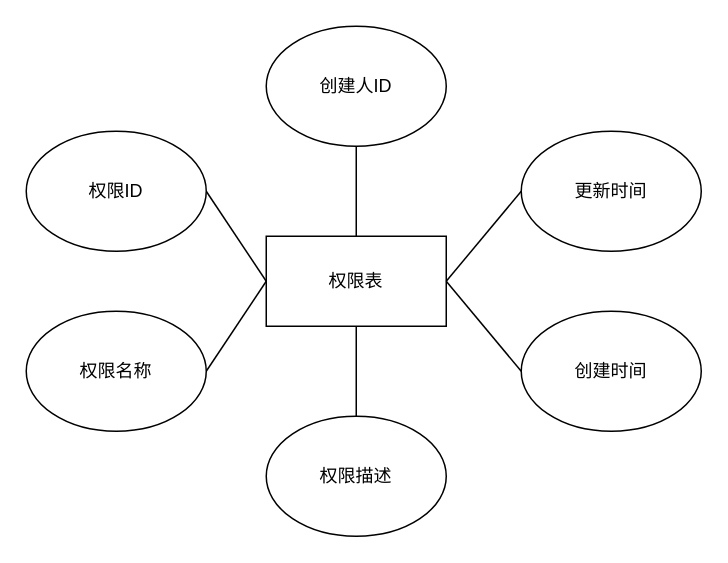
This is draw.io/er图/权限实体属性图.drawio from JokerPoor/--------, a draw.io file, before an edit. Source tidied: cells renumbered, new cells numbered last; positions are measured from the earlier drawing's top-left corner, leaving out a move shared by most shapes. Both pictures are drawn from the tidied source at 150%, with x=0, y=0 at pixel (26, 26).
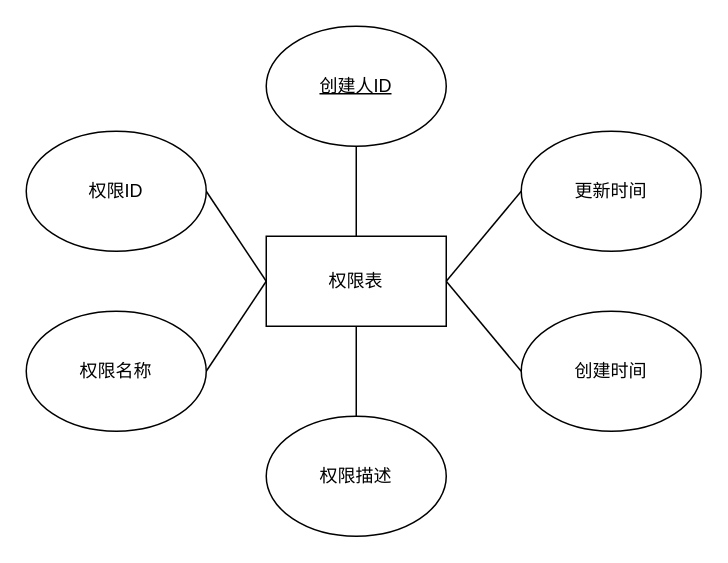
After the change.

Commit message:
更新权限实体属性图.drawio

Change to the diagram source:
```diff
@@
 <mxGraphModel>
   <root>
     <mxCell id="0" />
     <mxCell id="1" parent="0" />
     <mxCell id="2" value="权限表" style="rounded=0;whiteSpace=wrap;html=1;" parent="1" vertex="1">
       <mxGeometry x="160" y="140" width="120" height="60" as="geometry" />
     </mxCell>
     <mxCell id="3" style="edgeStyle=none;shape=connector;rounded=0;jettySize=auto;html=1;exitX=1;exitY=0.5;exitDx=0;exitDy=0;entryX=0;entryY=0.5;entryDx=0;entryDy=0;strokeColor=default;align=center;verticalAlign=middle;fontFamily=Helvetica;fontSize=11;fontColor=default;labelBackgroundColor=default;endArrow=none;endFill=0;" parent="1" edge="1" source="4" target="2">
       <mxGeometry relative="1" as="geometry" />
     </mxCell>
     <mxCell id="4" value="权限ID" style="ellipse;whiteSpace=wrap;html=1;" parent="1" vertex="1">
       <mxGeometry y="70" width="120" height="80" as="geometry" />
     </mxCell>
     <mxCell id="5" style="edgeStyle=none;shape=connector;rounded=0;jettySize=auto;html=1;exitX=1;exitY=0.5;exitDx=0;exitDy=0;strokeColor=default;align=center;verticalAlign=middle;fontFamily=Helvetica;fontSize=11;fontColor=default;labelBackgroundColor=default;endArrow=none;endFill=0;" parent="1" edge="1" source="6">
       <mxGeometry relative="1" as="geometry">
         <mxPoint x="160" y="170" as="targetPoint" />
       </mxGeometry>
     </mxCell>
     <mxCell id="6" value="权限名称" style="ellipse;whiteSpace=wrap;html=1;" parent="1" vertex="1">
       <mxGeometry y="190" width="120" height="80" as="geometry" />
     </mxCell>
     <mxCell id="7" style="rounded=0;jettySize=auto;html=1;exitX=0.5;exitY=0;exitDx=0;exitDy=0;entryX=0.5;entryY=1;entryDx=0;entryDy=0;endArrow=none;endFill=0;" parent="1" edge="1" source="8" target="2">
       <mxGeometry relative="1" as="geometry" />
     </mxCell>
     <mxCell id="8" value="权限描述" style="ellipse;whiteSpace=wrap;html=1;" parent="1" vertex="1">
       <mxGeometry x="160" y="260" width="120" height="80" as="geometry" />
     </mxCell>
     <mxCell id="9" style="edgeStyle=none;shape=connector;rounded=0;jettySize=auto;html=1;exitX=0;exitY=0.5;exitDx=0;exitDy=0;entryX=1;entryY=0.5;entryDx=0;entryDy=0;strokeColor=default;align=center;verticalAlign=middle;fontFamily=Helvetica;fontSize=11;fontColor=default;labelBackgroundColor=default;endArrow=none;endFill=0;" parent="1" edge="1" source="10" target="2">
       <mxGeometry relative="1" as="geometry" />
     </mxCell>
     <mxCell id="10" value="创建时间" style="ellipse;whiteSpace=wrap;html=1;" parent="1" vertex="1">
       <mxGeometry x="330" y="190" width="120" height="80" as="geometry" />
     </mxCell>
     <mxCell id="11" style="edgeStyle=none;shape=connector;rounded=0;jettySize=auto;html=1;exitX=0;exitY=0.5;exitDx=0;exitDy=0;strokeColor=default;align=center;verticalAlign=middle;fontFamily=Helvetica;fontSize=11;fontColor=default;labelBackgroundColor=default;endArrow=none;endFill=0;" parent="1" edge="1" source="12">
       <mxGeometry relative="1" as="geometry">
         <mxPoint x="280" y="170" as="targetPoint" />
       </mxGeometry>
     </mxCell>
     <mxCell id="12" value="更新时间" style="ellipse;whiteSpace=wrap;html=1;" parent="1" vertex="1">
       <mxGeometry x="330" y="70" width="120" height="80" as="geometry" />
     </mxCell>
     <mxCell id="13" style="edgeStyle=none;shape=connector;rounded=0;jettySize=auto;html=1;exitX=0.5;exitY=1;exitDx=0;exitDy=0;entryX=0.5;entryY=0;entryDx=0;entryDy=0;strokeColor=default;align=center;verticalAlign=middle;fontFamily=Helvetica;fontSize=11;fontColor=default;labelBackgroundColor=default;endArrow=none;endFill=0;" parent="1" edge="1" source="14" target="2">
       <mxGeometry relative="1" as="geometry" />
     </mxCell>
-    <mxCell id="14" value="创建人ID" style="ellipse;whiteSpace=wrap;html=1;" parent="1" vertex="1">
+    <mxCell id="14" value="创建人ID" style="ellipse;whiteSpace=wrap;html=1;fontStyle=4;" parent="1" vertex="1">
       <mxGeometry x="160" width="120" height="80" as="geometry" />
     </mxCell>
   </root>
 </mxGraphModel>
```
